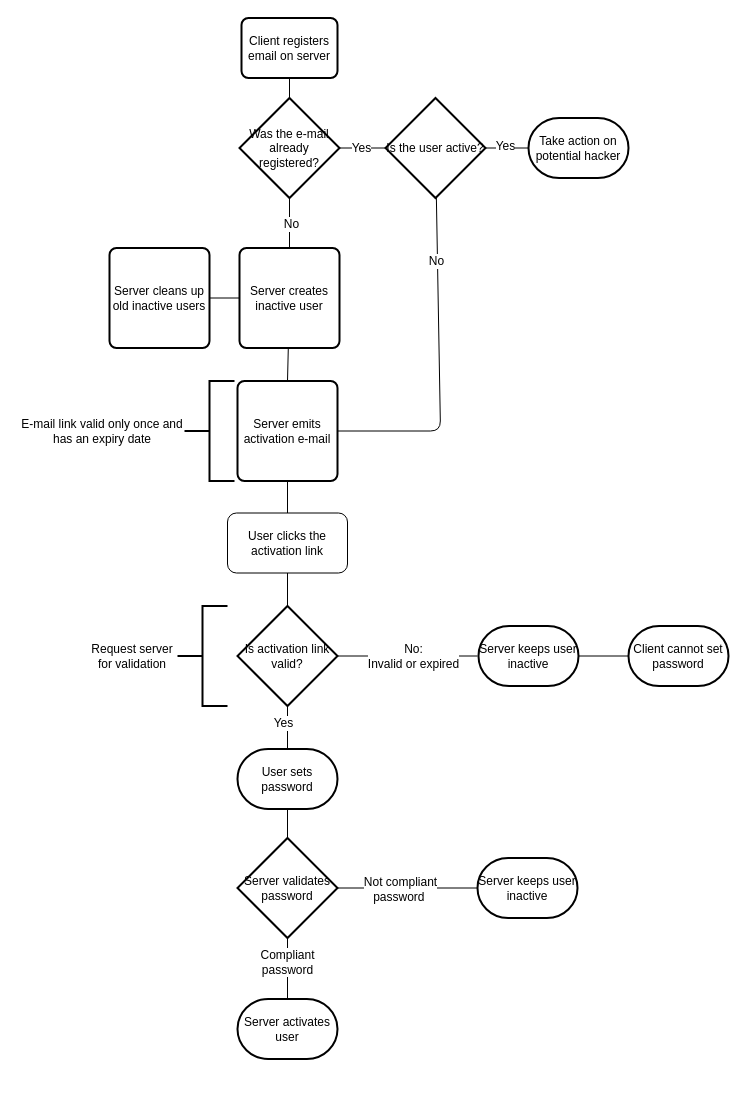
This is features/Authentication/UserRegistration.drawio from shopozor/saleor-backend, a draw.io file, before an edit. Source tidied: cells renumbered, new cells numbered last; positions are measured from the earlier drawing's top-left corner, leaving out a move shared by most shapes. Both pictures are drawn from the tidied source at 100%, with x=0, y=0 at pixel (17, 17).
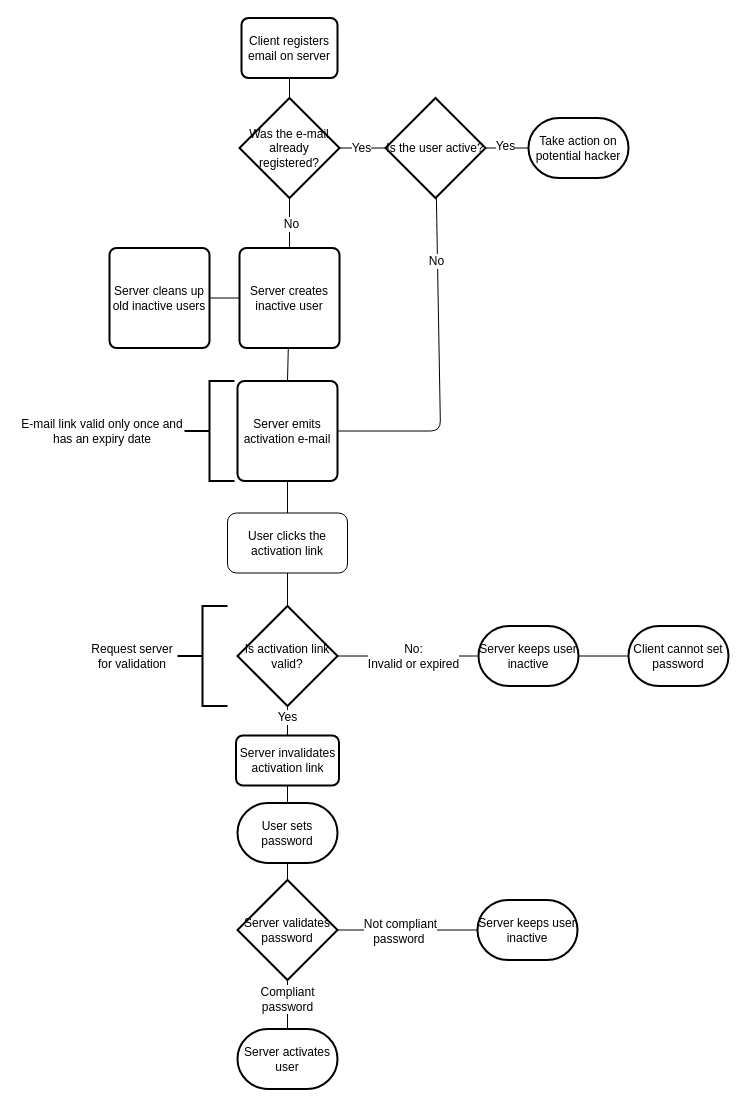
The same diagram, later.

Commit message:
add activation link invalidation step

The change refers to these unchanged cells:
```xml
<mxCell id="8" value="Is activation link valid?" style="strokeWidth=2;html=1;shape=mxgraph.flowchart.decision;whiteSpace=wrap;" parent="1" vertex="1">
  <mxGeometry x="220" y="588.5" width="100" height="100" as="geometry" />
</mxCell>
```

The edit, as a diff of the source:
```diff
@@
     <mxCell id="10" value="User sets password" style="strokeWidth=2;html=1;shape=mxgraph.flowchart.terminator;whiteSpace=wrap;" parent="1" vertex="1">
-      <mxGeometry x="220" y="731.5" width="100" height="60" as="geometry" />
+      <mxGeometry x="220" y="785.5" width="100" height="60" as="geometry" />
     </mxCell>
@@
-    <mxCell id="13" style="endArrow=none;html=1;entryX=0.5;entryY=1;entryDx=0;entryDy=0;entryPerimeter=0;exitX=0.5;exitY=0;exitDx=0;exitDy=0;exitPerimeter=0;" parent="1" edge="1" source="10" target="8">
+    <mxCell id="13" style="endArrow=none;html=1;entryX=0.5;entryY=1;entryDx=0;entryDy=0;entryPerimeter=0;exitX=0.5;exitY=0;exitDx=0;exitDy=0;" parent="1" edge="1" source="44" target="8">
       <mxGeometry relative="1" as="geometry" />
     </mxCell>
     <mxCell id="14" value="Yes" style="text;html=1;align=center;verticalAlign=middle;labelBackgroundColor=#ffffff;" parent="13" vertex="1">
       <mxGeometry x="-0.51" y="-3" relative="1" as="geometry">
-        <mxPoint x="-8" y="-15" as="offset" />
+        <mxPoint x="-4" y="-12" as="offset" />
       </mxGeometry>
     </mxCell>
     <mxCell id="15" value="Server validates password" style="strokeWidth=2;html=1;shape=mxgraph.flowchart.decision;whiteSpace=wrap;" parent="1" vertex="1">
-      <mxGeometry x="220" y="820.5" width="100" height="100" as="geometry" />
+      <mxGeometry x="220" y="862.5" width="100" height="100" as="geometry" />
     </mxCell>
     <mxCell id="16" value="Server keeps user inactive" style="strokeWidth=2;html=1;shape=mxgraph.flowchart.terminator;whiteSpace=wrap;" parent="1" vertex="1">
-      <mxGeometry x="460" y="840.5" width="100" height="60" as="geometry" />
+      <mxGeometry x="460" y="882.5" width="100" height="60" as="geometry" />
     </mxCell>
     <mxCell id="17" value="Server activates user" style="strokeWidth=2;html=1;shape=mxgraph.flowchart.terminator;whiteSpace=wrap;" parent="1" vertex="1">
-      <mxGeometry x="220" y="981.5" width="100" height="60" as="geometry" />
+      <mxGeometry x="220" y="1011.5" width="100" height="60" as="geometry" />
     </mxCell>
@@
+    <mxCell id="44" value="Server invalidates activation link" style="rounded=1;whiteSpace=wrap;html=1;absoluteArcSize=1;arcSize=14;strokeWidth=2;" parent="1" vertex="1">
+      <mxGeometry x="218.5" y="718" width="103" height="50" as="geometry" />
+    </mxCell>
+    <mxCell id="45" style="endArrow=none;html=1;entryX=0.5;entryY=0;entryDx=0;entryDy=0;entryPerimeter=0;" parent="1" edge="1" source="44" target="10">
+      <mxGeometry relative="1" as="geometry" />
+    </mxCell>
```
